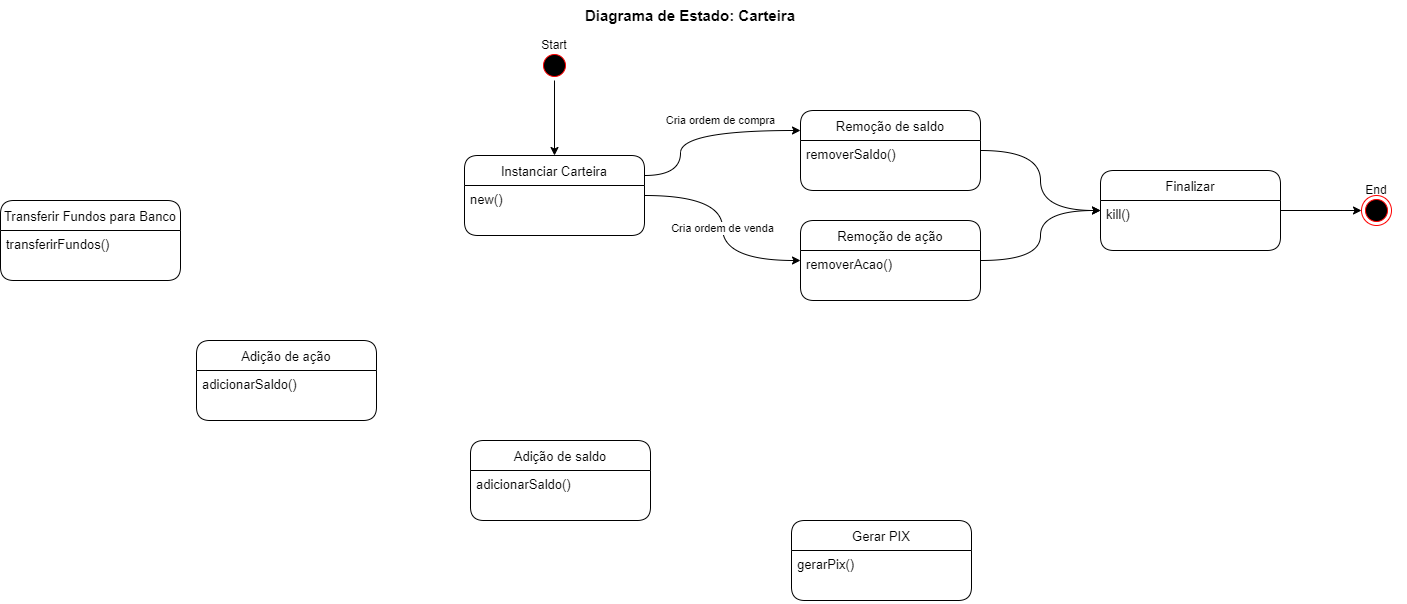
EijiDogen/FEI_MDSMarket keeps this draw.io diagram as MarketDiagramasDeEstados/EstadosCarteira.drawio.png. Above is the earlier version. Source tidied: cells renumbered, new cells last; positions are measured from the earlier drawing's top-left corner, leaving out a move shared by most shapes. Source of this version:
```xml
<mxGraphModel>
  <root>
    <mxCell id="0" />
    <mxCell id="1" parent="0" />
    <mxCell id="2" value="Diagrama de Estado: Carteira" style="text;html=1;strokeColor=none;fillColor=none;align=center;verticalAlign=middle;whiteSpace=wrap;rounded=0;fontSize=15;fontStyle=1;" parent="1" vertex="1">
      <mxGeometry x="555" width="270" height="30" as="geometry" />
    </mxCell>
    <mxCell id="3" value="Cria ordem de compra" style="edgeStyle=orthogonalEdgeStyle;curved=1;rounded=0;jettySize=auto;html=1;exitX=1;exitY=0.25;exitDx=0;exitDy=0;" parent="1" edge="1" source="5" target="20">
      <mxGeometry x="0.2" y="10" relative="1" as="geometry">
        <Array as="points">
          <mxPoint x="680" y="175" />
          <mxPoint x="680" y="130" />
        </Array>
      </mxGeometry>
    </mxCell>
    <mxCell id="4" value="Cria ordem de venda" style="edgeStyle=orthogonalEdgeStyle;curved=1;rounded=0;jettySize=auto;html=1;" parent="1" edge="1" source="5" target="23">
      <mxGeometry relative="1" as="geometry" />
    </mxCell>
    <mxCell id="5" value="Instanciar Carteira" style="swimlane;fontStyle=0;horizontal=1;startSize=30;rounded=1;fontSize=13;" parent="1" vertex="1">
      <mxGeometry x="464" y="155" width="180" height="80" as="geometry" />
    </mxCell>
    <mxCell id="6" value="new()" style="text;strokeColor=none;fillColor=none;align=left;verticalAlign=top;spacingLeft=4;spacingRight=4;overflow=hidden;fontSize=13;" parent="5" vertex="1">
      <mxGeometry y="30" width="180" height="50" as="geometry" />
    </mxCell>
    <mxCell id="7" style="group;" parent="1" vertex="1">
      <mxGeometry x="524" y="30" width="60" height="50" as="geometry" />
    </mxCell>
    <mxCell id="8" style="ellipse;html=1;shape=startState;fillColor=#000000;strokeColor=#ff0000;rounded=1;" parent="7" vertex="1">
      <mxGeometry x="15" y="20" width="30" height="30" as="geometry" />
    </mxCell>
    <mxCell id="9" value="Start" style="text;html=1;strokeColor=none;fillColor=none;align=center;verticalAlign=middle;whiteSpace=wrap;rounded=0;" parent="7" vertex="1">
      <mxGeometry width="60" height="30" as="geometry" />
    </mxCell>
    <mxCell id="10" style="group;" parent="1" vertex="1">
      <mxGeometry x="1346" y="175" width="60" height="50" as="geometry" />
    </mxCell>
    <mxCell id="11" style="ellipse;html=1;shape=endState;fillColor=#000000;strokeColor=#ff0000;rounded=1;" parent="10" vertex="1">
      <mxGeometry x="15" y="20" width="30" height="30" as="geometry" />
    </mxCell>
    <mxCell id="12" value="End" style="text;html=1;strokeColor=none;fillColor=none;align=center;verticalAlign=middle;whiteSpace=wrap;rounded=0;" parent="10" vertex="1">
      <mxGeometry width="60" height="30" as="geometry" />
    </mxCell>
    <mxCell id="13" style="edgeStyle=orthogonalEdgeStyle;rounded=0;jettySize=auto;html=1;" parent="1" edge="1" source="8" target="5">
      <mxGeometry relative="1" as="geometry" />
    </mxCell>
    <mxCell id="14" value="Adição de saldo" style="swimlane;fontStyle=0;horizontal=1;startSize=30;rounded=1;fontSize=13;" parent="1" vertex="1">
      <mxGeometry x="470" y="440" width="180" height="80" as="geometry" />
    </mxCell>
    <mxCell id="15" value="adicionarSaldo()" style="text;strokeColor=none;fillColor=none;align=left;verticalAlign=top;spacingLeft=4;spacingRight=4;overflow=hidden;fontSize=13;" parent="14" vertex="1">
      <mxGeometry y="30" width="180" height="50" as="geometry" />
    </mxCell>
    <mxCell id="16" style="edgeStyle=orthogonalEdgeStyle;curved=1;rounded=0;jettySize=auto;html=1;fontSize=12;" parent="1" edge="1" source="17" target="11">
      <mxGeometry relative="1" as="geometry" />
    </mxCell>
    <mxCell id="17" value="Finalizar" style="swimlane;fontStyle=0;horizontal=1;startSize=30;rounded=1;fontSize=13;" parent="1" vertex="1">
      <mxGeometry x="1100" y="170" width="180" height="80" as="geometry" />
    </mxCell>
    <mxCell id="18" value="kill()" style="text;strokeColor=none;fillColor=none;align=left;verticalAlign=top;spacingLeft=4;spacingRight=4;overflow=hidden;fontSize=13;" parent="17" vertex="1">
      <mxGeometry y="30" width="180" height="50" as="geometry" />
    </mxCell>
    <mxCell id="19" style="edgeStyle=orthogonalEdgeStyle;curved=1;rounded=0;jettySize=auto;html=1;" parent="1" edge="1" source="20" target="17">
      <mxGeometry relative="1" as="geometry" />
    </mxCell>
    <mxCell id="20" value="Remoção de saldo" style="swimlane;fontStyle=0;horizontal=1;startSize=30;rounded=1;fontSize=13;" parent="1" vertex="1">
      <mxGeometry x="800" y="110" width="180" height="80" as="geometry" />
    </mxCell>
    <mxCell id="21" value="removerSaldo()" style="text;strokeColor=none;fillColor=none;align=left;verticalAlign=top;spacingLeft=4;spacingRight=4;overflow=hidden;fontSize=13;" parent="20" vertex="1">
      <mxGeometry y="30" width="180" height="50" as="geometry" />
    </mxCell>
    <mxCell id="22" style="edgeStyle=orthogonalEdgeStyle;curved=1;rounded=0;jettySize=auto;html=1;" parent="1" edge="1" source="23" target="17">
      <mxGeometry relative="1" as="geometry" />
    </mxCell>
    <mxCell id="23" value="Remoção de ação" style="swimlane;fontStyle=0;horizontal=1;startSize=30;rounded=1;fontSize=13;" parent="1" vertex="1">
      <mxGeometry x="800" y="220" width="180" height="80" as="geometry" />
    </mxCell>
    <mxCell id="24" value="removerAcao()" style="text;strokeColor=none;fillColor=none;align=left;verticalAlign=top;spacingLeft=4;spacingRight=4;overflow=hidden;fontSize=13;" parent="23" vertex="1">
      <mxGeometry y="30" width="180" height="50" as="geometry" />
    </mxCell>
    <mxCell id="25" value="Adição de ação" style="swimlane;fontStyle=0;horizontal=1;startSize=30;rounded=1;fontSize=13;" parent="1" vertex="1">
      <mxGeometry x="196" y="340" width="180" height="80" as="geometry" />
    </mxCell>
    <mxCell id="26" value="adicionarSaldo()" style="text;strokeColor=none;fillColor=none;align=left;verticalAlign=top;spacingLeft=4;spacingRight=4;overflow=hidden;points=[[0,0.5],[1,0.5]];portConstraint=eastwest;fontSize=13;" parent="25" vertex="1">
      <mxGeometry y="30" width="180" height="50" as="geometry" />
    </mxCell>
    <mxCell id="27" value="Gerar PIX" style="swimlane;fontStyle=0;horizontal=1;startSize=30;rounded=1;fontSize=13;" parent="1" vertex="1">
      <mxGeometry x="791" y="520" width="180" height="80" as="geometry" />
    </mxCell>
    <mxCell id="28" value="gerarPix()" style="text;strokeColor=none;fillColor=none;align=left;verticalAlign=top;spacingLeft=4;spacingRight=4;overflow=hidden;fontSize=13;" parent="27" vertex="1">
      <mxGeometry y="30" width="180" height="50" as="geometry" />
    </mxCell>
    <mxCell id="29" value="Transferir Fundos para Banco" style="swimlane;fontStyle=0;horizontal=1;startSize=30;rounded=1;fontSize=13;" parent="1" vertex="1">
      <mxGeometry y="200" width="180" height="80" as="geometry" />
    </mxCell>
    <mxCell id="30" value="transferirFundos()" style="text;strokeColor=none;fillColor=none;align=left;verticalAlign=top;spacingLeft=4;spacingRight=4;overflow=hidden;fontSize=13;" parent="29" vertex="1">
      <mxGeometry y="30" width="180" height="50" as="geometry" />
    </mxCell>
  </root>
</mxGraphModel>
```
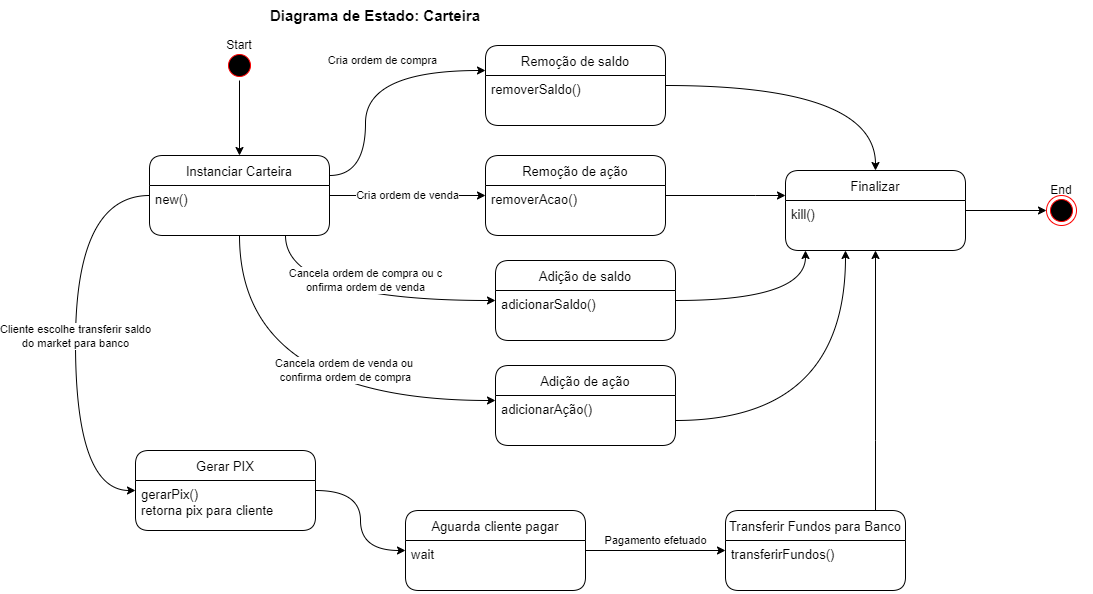
After the commit.

What changed in the source:
```diff
@@ -9,13 +9,35 @@
       <mxGeometry x="0.2" y="10" relative="1" as="geometry">
         <Array as="points">
           <mxPoint x="680" y="175" />
-          <mxPoint x="680" y="130" />
+          <mxPoint x="680" y="70" />
         </Array>
       </mxGeometry>
     </mxCell>
     <mxCell id="4" value="Cria ordem de venda" style="edgeStyle=orthogonalEdgeStyle;curved=1;rounded=0;jettySize=auto;html=1;" parent="1" edge="1" source="5" target="23">
       <mxGeometry relative="1" as="geometry" />
     </mxCell>
+    <mxCell id="31" value="Cancela ordem de compra ou c&lt;br&gt;onfirma ordem de venda" style="edgeStyle=orthogonalEdgeStyle;curved=1;rounded=0;jettySize=auto;html=1;" parent="1" edge="1" source="5" target="14">
+      <mxGeometry x="0.05" y="20" relative="1" as="geometry">
+        <Array as="points">
+          <mxPoint x="600" y="300" />
+        </Array>
+      </mxGeometry>
+    </mxCell>
+    <mxCell id="32" value="Cancela ordem de venda ou &lt;br&gt;confirma ordem de compra" style="edgeStyle=orthogonalEdgeStyle;curved=1;rounded=0;jettySize=auto;html=1;" parent="1" edge="1" source="5" target="25">
+      <mxGeometry x="0.29" y="30" relative="1" as="geometry">
+        <Array as="points">
+          <mxPoint x="554" y="400" />
+        </Array>
+      </mxGeometry>
+    </mxCell>
+    <mxCell id="33" value="Cliente escolhe transferir saldo&lt;br&gt;do market para banco" style="edgeStyle=orthogonalEdgeStyle;curved=1;rounded=0;jettySize=auto;html=1;" parent="1" edge="1" source="5" target="27">
+      <mxGeometry relative="1" as="geometry">
+        <Array as="points">
+          <mxPoint x="390" y="195" />
+          <mxPoint x="390" y="490" />
+        </Array>
+      </mxGeometry>
+    </mxCell>
     <mxCell id="5" value="Instanciar Carteira" style="swimlane;fontStyle=0;horizontal=1;startSize=30;rounded=1;fontSize=13;" parent="1" vertex="1">
       <mxGeometry x="464" y="155" width="180" height="80" as="geometry" />
     </mxCell>
@@ -43,8 +65,15 @@
     <mxCell id="13" style="edgeStyle=orthogonalEdgeStyle;rounded=0;jettySize=auto;html=1;" parent="1" edge="1" source="8" target="5">
       <mxGeometry relative="1" as="geometry" />
     </mxCell>
+    <mxCell id="34" style="edgeStyle=orthogonalEdgeStyle;curved=1;rounded=0;jettySize=auto;html=1;" parent="1" edge="1" source="14" target="17">
+      <mxGeometry relative="1" as="geometry">
+        <Array as="points">
+          <mxPoint x="1120" y="300" />
+        </Array>
+      </mxGeometry>
+    </mxCell>
     <mxCell id="14" value="Adição de saldo" style="swimlane;fontStyle=0;horizontal=1;startSize=30;rounded=1;fontSize=13;" parent="1" vertex="1">
-      <mxGeometry x="470" y="440" width="180" height="80" as="geometry" />
+      <mxGeometry x="810" y="260" width="180" height="80" as="geometry" />
     </mxCell>
     <mxCell id="15" value="adicionarSaldo()" style="text;strokeColor=none;fillColor=none;align=left;verticalAlign=top;spacingLeft=4;spacingRight=4;overflow=hidden;fontSize=13;" parent="14" vertex="1">
       <mxGeometry y="30" width="180" height="50" as="geometry" />
@@ -62,37 +91,69 @@
       <mxGeometry relative="1" as="geometry" />
     </mxCell>
     <mxCell id="20" value="Remoção de saldo" style="swimlane;fontStyle=0;horizontal=1;startSize=30;rounded=1;fontSize=13;" parent="1" vertex="1">
-      <mxGeometry x="800" y="110" width="180" height="80" as="geometry" />
+      <mxGeometry x="800" y="45" width="180" height="80" as="geometry" />
     </mxCell>
     <mxCell id="21" value="removerSaldo()" style="text;strokeColor=none;fillColor=none;align=left;verticalAlign=top;spacingLeft=4;spacingRight=4;overflow=hidden;fontSize=13;" parent="20" vertex="1">
       <mxGeometry y="30" width="180" height="50" as="geometry" />
     </mxCell>
     <mxCell id="22" style="edgeStyle=orthogonalEdgeStyle;curved=1;rounded=0;jettySize=auto;html=1;" parent="1" edge="1" source="23" target="17">
-      <mxGeometry relative="1" as="geometry" />
+      <mxGeometry relative="1" as="geometry">
+        <Array as="points">
+          <mxPoint x="1070" y="195" />
+          <mxPoint x="1070" y="195" />
+        </Array>
+      </mxGeometry>
     </mxCell>
     <mxCell id="23" value="Remoção de ação" style="swimlane;fontStyle=0;horizontal=1;startSize=30;rounded=1;fontSize=13;" parent="1" vertex="1">
-      <mxGeometry x="800" y="220" width="180" height="80" as="geometry" />
+      <mxGeometry x="800" y="155" width="180" height="80" as="geometry" />
     </mxCell>
     <mxCell id="24" value="removerAcao()" style="text;strokeColor=none;fillColor=none;align=left;verticalAlign=top;spacingLeft=4;spacingRight=4;overflow=hidden;fontSize=13;" parent="23" vertex="1">
       <mxGeometry y="30" width="180" height="50" as="geometry" />
     </mxCell>
     <mxCell id="25" value="Adição de ação" style="swimlane;fontStyle=0;horizontal=1;startSize=30;rounded=1;fontSize=13;" parent="1" vertex="1">
-      <mxGeometry x="196" y="340" width="180" height="80" as="geometry" />
+      <mxGeometry x="810" y="365" width="180" height="80" as="geometry" />
     </mxCell>
-    <mxCell id="26" value="adicionarSaldo()" style="text;strokeColor=none;fillColor=none;align=left;verticalAlign=top;spacingLeft=4;spacingRight=4;overflow=hidden;points=[[0,0.5],[1,0.5]];portConstraint=eastwest;fontSize=13;" parent="25" vertex="1">
+    <mxCell id="26" value="adicionarAção()" style="text;strokeColor=none;fillColor=none;align=left;verticalAlign=top;spacingLeft=4;spacingRight=4;overflow=hidden;points=[[0,0.5],[1,0.5]];portConstraint=eastwest;fontSize=13;" parent="25" vertex="1">
       <mxGeometry y="30" width="180" height="50" as="geometry" />
     </mxCell>
+    <mxCell id="35" style="edgeStyle=orthogonalEdgeStyle;curved=1;rounded=0;jettySize=auto;html=1;" parent="1" edge="1" source="27" target="39">
+      <mxGeometry relative="1" as="geometry" />
+    </mxCell>
     <mxCell id="27" value="Gerar PIX" style="swimlane;fontStyle=0;horizontal=1;startSize=30;rounded=1;fontSize=13;" parent="1" vertex="1">
-      <mxGeometry x="791" y="520" width="180" height="80" as="geometry" />
+      <mxGeometry x="450" y="450" width="180" height="80" as="geometry" />
     </mxCell>
-    <mxCell id="28" value="gerarPix()" style="text;strokeColor=none;fillColor=none;align=left;verticalAlign=top;spacingLeft=4;spacingRight=4;overflow=hidden;fontSize=13;" parent="27" vertex="1">
+    <mxCell id="28" value="gerarPix()&#10;retorna pix para cliente" style="text;strokeColor=none;fillColor=none;align=left;verticalAlign=top;spacingLeft=4;spacingRight=4;overflow=hidden;fontSize=13;" parent="27" vertex="1">
       <mxGeometry y="30" width="180" height="50" as="geometry" />
     </mxCell>
+    <mxCell id="36" style="edgeStyle=orthogonalEdgeStyle;curved=1;rounded=0;jettySize=auto;html=1;" parent="1" edge="1" source="29" target="17">
+      <mxGeometry relative="1" as="geometry">
+        <Array as="points">
+          <mxPoint x="1190" y="440" />
+          <mxPoint x="1190" y="440" />
+        </Array>
+      </mxGeometry>
+    </mxCell>
     <mxCell id="29" value="Transferir Fundos para Banco" style="swimlane;fontStyle=0;horizontal=1;startSize=30;rounded=1;fontSize=13;" parent="1" vertex="1">
-      <mxGeometry y="200" width="180" height="80" as="geometry" />
+      <mxGeometry x="1040" y="510" width="180" height="80" as="geometry" />
     </mxCell>
     <mxCell id="30" value="transferirFundos()" style="text;strokeColor=none;fillColor=none;align=left;verticalAlign=top;spacingLeft=4;spacingRight=4;overflow=hidden;fontSize=13;" parent="29" vertex="1">
       <mxGeometry y="30" width="180" height="50" as="geometry" />
     </mxCell>
+    <mxCell id="37" style="edgeStyle=orthogonalEdgeStyle;curved=1;rounded=0;jettySize=auto;html=1;" parent="1" edge="1" source="26" target="17">
+      <mxGeometry relative="1" as="geometry">
+        <Array as="points">
+          <mxPoint x="1160" y="420" />
+        </Array>
+      </mxGeometry>
+    </mxCell>
+    <mxCell id="38" value="Pagamento efetuado" style="edgeStyle=orthogonalEdgeStyle;curved=1;rounded=0;jettySize=auto;html=1;" parent="1" edge="1" source="39" target="29">
+      <mxGeometry y="10" relative="1" as="geometry" />
+    </mxCell>
+    <mxCell id="39" value="Aguarda cliente pagar" style="swimlane;fontStyle=0;horizontal=1;startSize=30;rounded=1;fontSize=13;" parent="1" vertex="1">
+      <mxGeometry x="720" y="510" width="180" height="80" as="geometry" />
+    </mxCell>
+    <mxCell id="40" value="wait" style="text;strokeColor=none;fillColor=none;align=left;verticalAlign=top;spacingLeft=4;spacingRight=4;overflow=hidden;fontSize=13;" parent="39" vertex="1">
+      <mxGeometry y="30" width="180" height="50" as="geometry" />
+    </mxCell>
   </root>
 </mxGraphModel>
```
